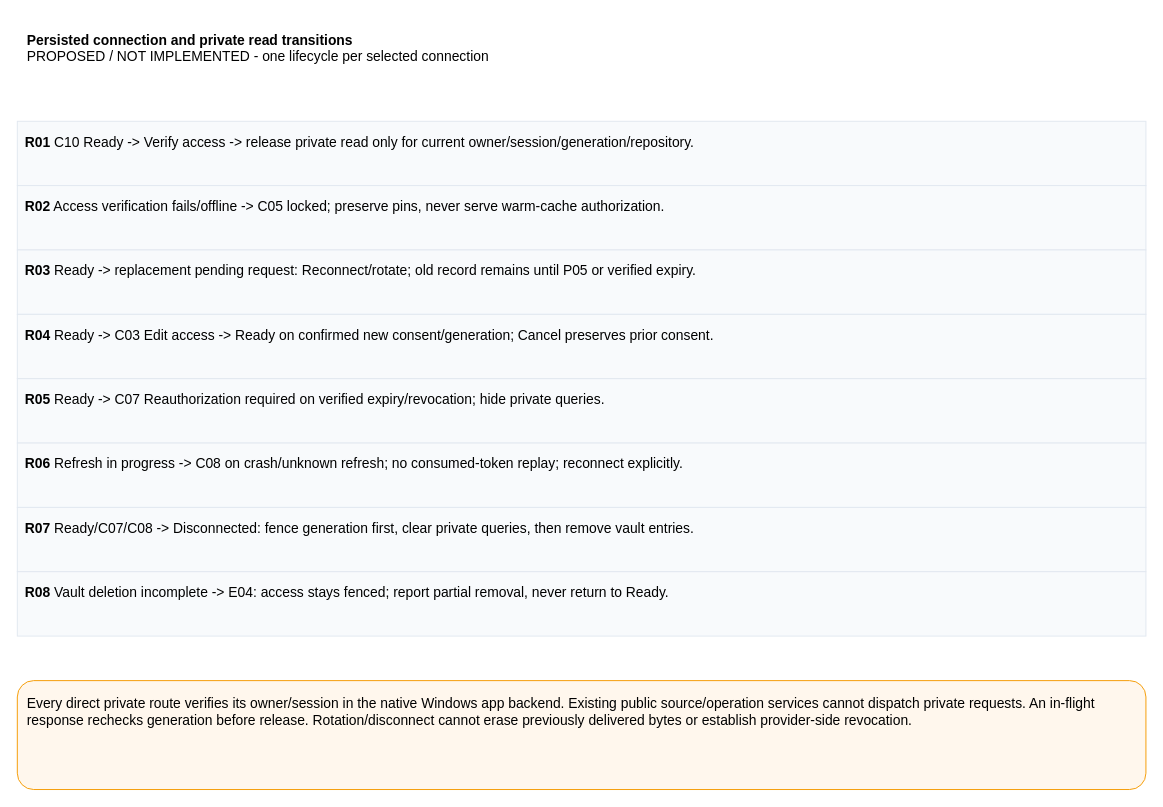
Above: page "Connection and private read transitions" (6 of 8) of projects/laomedo/subsystems/agent-execution/design/github-account-connections.drawio in amadou-6e/specs (draw.io), before the change. Source tidied: cells renumbered, new cells numbered last; positions are measured from the earlier drawing's top-left corner, leaving out a move shared by most shapes. Both pictures are drawn from the tidied source at 99%, with x=0, y=0 at pixel (17, 17).
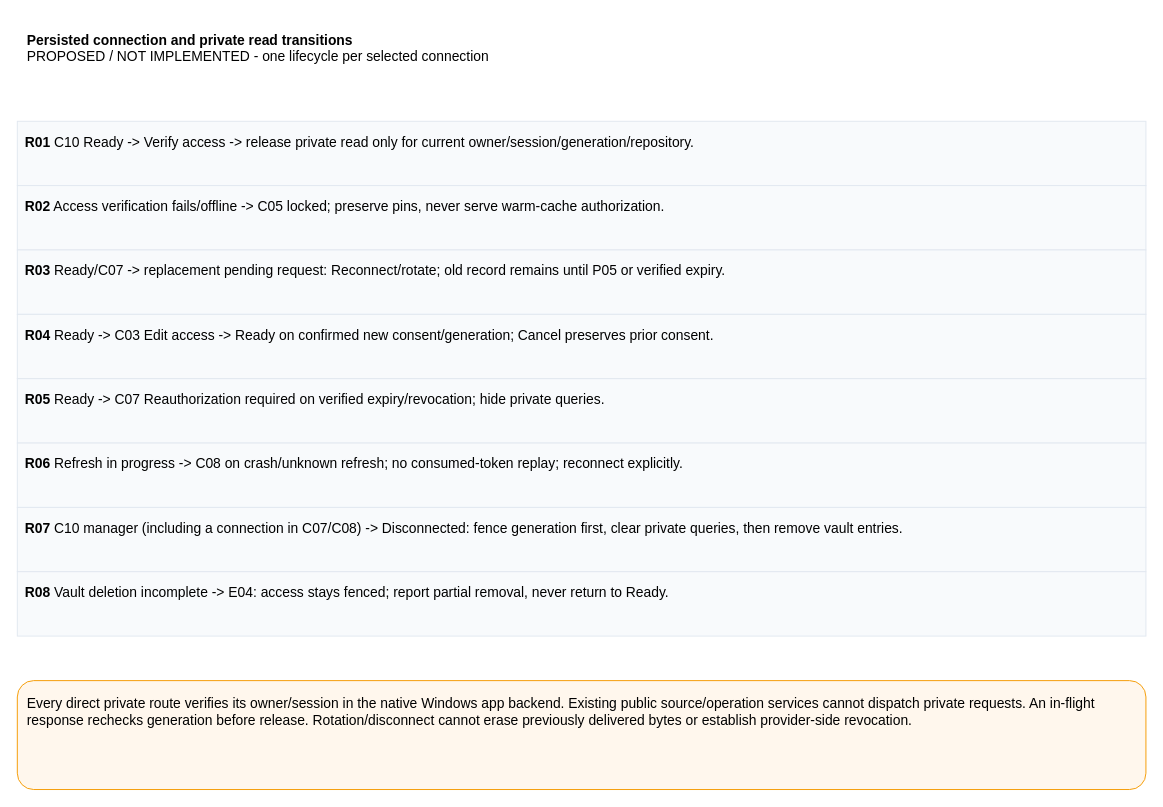
The same diagram, later.

Commit message (it also covers changes not shown here):
docs: draw configured connection and complete empty-state copy

Diff of the diagram source:
```diff
@@
 <mxGraphModel>
   <root>
     <mxCell id="0" />
     <mxCell id="1" parent="0" />
     <mxCell id="2" value="&lt;b&gt;Persisted connection and private read transitions&lt;/b&gt;&lt;br/&gt;PROPOSED / NOT IMPLEMENTED - one lifecycle per selected connection" style="whiteSpace=wrap;html=1;fontFamily=Arial;fontSize=14;align=left;verticalAlign=top;spacing=10;text;strokeColor=none;fillColor=none;" parent="1" vertex="1">
       <mxGeometry width="1140" height="80" as="geometry" />
     </mxCell>
     <mxCell id="3" value="&lt;b&gt;R01&lt;/b&gt;  C10 Ready -&gt; Verify access -&gt; release private read only for current owner/session/generation/repository." style="whiteSpace=wrap;html=1;fontFamily=Arial;fontSize=14;align=left;verticalAlign=top;spacing=10;rounded=0;fillColor=#F8FAFC;strokeColor=#E2E8F0;spacing=8;" parent="1" vertex="1">
       <mxGeometry y="105" width="1140" height="65" as="geometry" />
     </mxCell>
     <mxCell id="4" value="&lt;b&gt;R02&lt;/b&gt;  Access verification fails/offline -&gt; C05 locked; preserve pins, never serve warm-cache authorization." style="whiteSpace=wrap;html=1;fontFamily=Arial;fontSize=14;align=left;verticalAlign=top;spacing=10;rounded=0;fillColor=#F8FAFC;strokeColor=#E2E8F0;spacing=8;" parent="1" vertex="1">
       <mxGeometry y="170" width="1140" height="65" as="geometry" />
     </mxCell>
-    <mxCell id="5" value="&lt;b&gt;R03&lt;/b&gt;  Ready -&gt; replacement pending request: Reconnect/rotate; old record remains until P05 or verified expiry." style="whiteSpace=wrap;html=1;fontFamily=Arial;fontSize=14;align=left;verticalAlign=top;spacing=10;rounded=0;fillColor=#F8FAFC;strokeColor=#E2E8F0;spacing=8;" parent="1" vertex="1">
+    <mxCell id="5" value="&lt;b&gt;R03&lt;/b&gt;  Ready/C07 -&gt; replacement pending request: Reconnect/rotate; old record remains until P05 or verified expiry." style="whiteSpace=wrap;html=1;fontFamily=Arial;fontSize=14;align=left;verticalAlign=top;spacing=10;rounded=0;fillColor=#F8FAFC;strokeColor=#E2E8F0;spacing=8;" parent="1" vertex="1">
       <mxGeometry y="235" width="1140" height="65" as="geometry" />
     </mxCell>
     <mxCell id="6" value="&lt;b&gt;R04&lt;/b&gt;  Ready -&gt; C03 Edit access -&gt; Ready on confirmed new consent/generation; Cancel preserves prior consent." style="whiteSpace=wrap;html=1;fontFamily=Arial;fontSize=14;align=left;verticalAlign=top;spacing=10;rounded=0;fillColor=#F8FAFC;strokeColor=#E2E8F0;spacing=8;" parent="1" vertex="1">
       <mxGeometry y="300" width="1140" height="65" as="geometry" />
     </mxCell>
     <mxCell id="7" value="&lt;b&gt;R05&lt;/b&gt;  Ready -&gt; C07 Reauthorization required on verified expiry/revocation; hide private queries." style="whiteSpace=wrap;html=1;fontFamily=Arial;fontSize=14;align=left;verticalAlign=top;spacing=10;rounded=0;fillColor=#F8FAFC;strokeColor=#E2E8F0;spacing=8;" parent="1" vertex="1">
       <mxGeometry y="365" width="1140" height="65" as="geometry" />
     </mxCell>
     <mxCell id="8" value="&lt;b&gt;R06&lt;/b&gt;  Refresh in progress -&gt; C08 on crash/unknown refresh; no consumed-token replay; reconnect explicitly." style="whiteSpace=wrap;html=1;fontFamily=Arial;fontSize=14;align=left;verticalAlign=top;spacing=10;rounded=0;fillColor=#F8FAFC;strokeColor=#E2E8F0;spacing=8;" parent="1" vertex="1">
       <mxGeometry y="430" width="1140" height="65" as="geometry" />
     </mxCell>
-    <mxCell id="9" value="&lt;b&gt;R07&lt;/b&gt;  Ready/C07/C08 -&gt; Disconnected: fence generation first, clear private queries, then remove vault entries." style="whiteSpace=wrap;html=1;fontFamily=Arial;fontSize=14;align=left;verticalAlign=top;spacing=10;rounded=0;fillColor=#F8FAFC;strokeColor=#E2E8F0;spacing=8;" parent="1" vertex="1">
+    <mxCell id="9" value="&lt;b&gt;R07&lt;/b&gt;  C10 manager (including a connection in C07/C08) -&gt; Disconnected: fence generation first, clear private queries, then remove vault entries." style="whiteSpace=wrap;html=1;fontFamily=Arial;fontSize=14;align=left;verticalAlign=top;spacing=10;rounded=0;fillColor=#F8FAFC;strokeColor=#E2E8F0;spacing=8;" parent="1" vertex="1">
       <mxGeometry y="495" width="1140" height="65" as="geometry" />
     </mxCell>
     <mxCell id="10" value="&lt;b&gt;R08&lt;/b&gt;  Vault deletion incomplete -&gt; E04: access stays fenced; report partial removal, never return to Ready." style="whiteSpace=wrap;html=1;fontFamily=Arial;fontSize=14;align=left;verticalAlign=top;spacing=10;rounded=0;fillColor=#F8FAFC;strokeColor=#E2E8F0;spacing=8;" parent="1" vertex="1">
       <mxGeometry y="560" width="1140" height="65" as="geometry" />
     </mxCell>
     <mxCell id="11" value="Every direct private route verifies its owner/session in the native Windows app backend. Existing public source/operation services cannot dispatch private requests. An in-flight response rechecks generation before release. Rotation/disconnect cannot erase previously delivered bytes or establish provider-side revocation." style="whiteSpace=wrap;html=1;fontFamily=Arial;fontSize=14;align=left;verticalAlign=top;spacing=10;rounded=1;fillColor=#FFF7ED;strokeColor=#F59E0B;" parent="1" vertex="1">
       <mxGeometry y="670" width="1140" height="110" as="geometry" />
     </mxCell>
   </root>
 </mxGraphModel>
```
